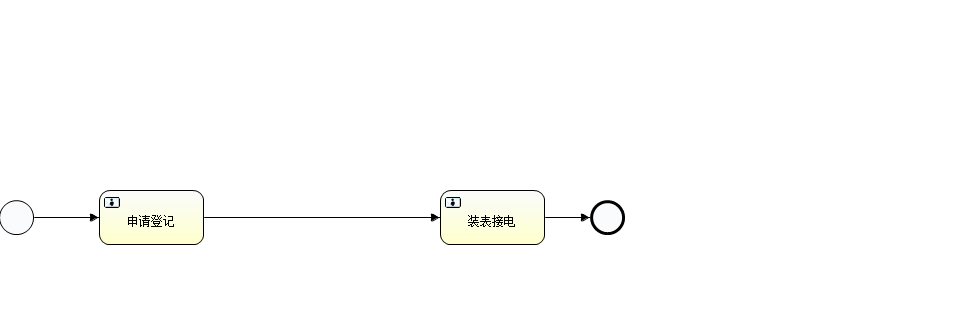
creSky/bem-server keeps this BPMN diagram as src/main/resources/processes/CancelAccount.png. Above is the earlier version. Its source is kept beside it as src/main/resources/processes/CancelAccount.bpmn. Ids are renumbered.
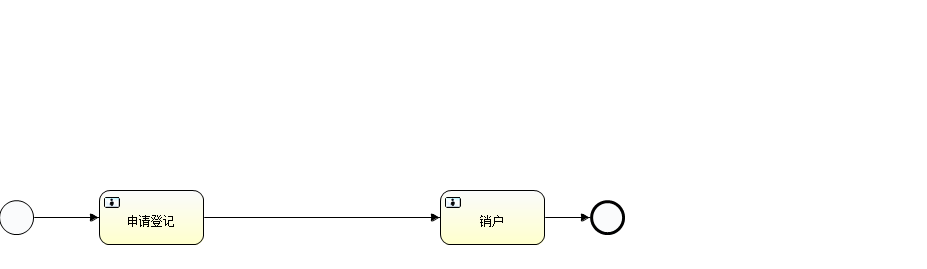
Above is the later version.

Diff of the diagram source:
```diff
@@ -1,59 +1,38 @@
-<definitions xmlns="http://www.omg.org/spec/BPMN/20100524/MODEL" xmlns:activiti="http://activiti.org/bpmn" xmlns:bpmndi="http://www.omg.org/spec/BPMN/20100524/DI" xmlns:omgdc="http://www.omg.org/spec/DD/20100524/DC" xmlns:omgdi="http://www.omg.org/spec/DD/20100524/DI" xmlns:tns="http://www.activiti.org/HighVoltageNew" xmlns:xsd="http://www.w3.org/2001/XMLSchema" xmlns:xsi="http://www.w3.org/2001/XMLSchema-instance" expressionLanguage="http://www.w3.org/1999/XPath" id="m1558688374648" name="" targetNamespace="http://www.activiti.org/HighVoltageNew" typeLanguage="http://www.w3.org/2001/XMLSchema">
-  <process id="CancelAccount" isClosed="false" isExecutable="true" name="销户" processType="None">
-    <startEvent id="startevent1" name="开始"/>
-    <userTask activiti:candidateGroups="1" activiti:exclusive="true" id="bem-f1-p1" name="申请登记"/>
-    <sequenceFlow id="flow2" sourceRef="startevent1" targetRef="bem-f1-p1"/>
-    <userTask activiti:candidateGroups="1" activiti:exclusive="true" id="bem-f1-p9" name="销户"/>
-    <endEvent id="endevent1" name="End"/>
-    <sequenceFlow id="flow5" sourceRef="bem-f1-p9" targetRef="endevent1"/>
-    <sequenceFlow id="flow6" sourceRef="bem-f1-p1" targetRef="bem-f1-p9"/>
+<definitions xmlns="http://www.omg.org/spec/BPMN/20100524/MODEL" xmlns:xsi="http://www.w3.org/2001/XMLSchema-instance" xmlns:activiti="http://activiti.org/bpmn" xmlns:bpmndi="http://www.omg.org/spec/BPMN/20100524/DI" xmlns:omgdc="http://www.omg.org/spec/DD/20100524/DC" xmlns:omgdi="http://www.omg.org/spec/DD/20100524/DI" xmlns:tns="http://www.activiti.org/HighVoltageNew" xmlns:xsd="http://www.w3.org/2001/XMLSchema" typeLanguage="http://www.w3.org/2001/XMLSchema" expressionLanguage="http://www.w3.org/1999/XPath" targetNamespace="http://www.activiti.org/HighVoltageNew">
+  <process id="CancelAccount" name="销户" isExecutable="true" isClosed="false" processType="None">
+    <startEvent id="startevent1" name="开始"></startEvent>
+    <userTask id="bem-f1-p1" name="申请登记" activiti:candidateGroups="10"></userTask>
+    <sequenceFlow id="flow2" sourceRef="startevent1" targetRef="bem-f1-p1"></sequenceFlow>
+    <userTask id="bem-f1-p22" name="销户" activiti:candidateGroups="10"></userTask>
+    <endEvent id="endevent1" name="End"></endEvent>
+    <sequenceFlow id="flow5" sourceRef="bem-f1-p22" targetRef="endevent1"></sequenceFlow>
+    <sequenceFlow id="flow6" sourceRef="bem-f1-p1" targetRef="bem-f1-p22"></sequenceFlow>
   </process>
-  <bpmndi:BPMNDiagram documentation="background=#FFFFFF;count=1;horizontalcount=1;orientation=0;width=842.4;height=1195.2;imageableWidth=832.4;imageableHeight=1185.2;imageableX=5.0;imageableY=5.0" id="Diagram-_1" name="New Diagram">
-    <bpmndi:BPMNPlane bpmnElement="CancelAccount">
-      <bpmndi:BPMNShape bpmnElement="startevent1" id="Shape-startevent1">
-        <omgdc:Bounds height="32.0" width="32.0" x="-1.0" y="200.0"/>
-        <bpmndi:BPMNLabel>
-          <omgdc:Bounds height="32.0" width="32.0" x="0.0" y="0.0"/>
-        </bpmndi:BPMNLabel>
+  <bpmndi:BPMNDiagram id="BPMNDiagram_CancelAccount">
+    <bpmndi:BPMNPlane bpmnElement="CancelAccount" id="BPMNPlane_CancelAccount">
+      <bpmndi:BPMNShape bpmnElement="startevent1" id="BPMNShape_startevent1">
+        <omgdc:Bounds height="35.0" width="35.0" x="-1.0" y="200.0"></omgdc:Bounds>
       </bpmndi:BPMNShape>
-      <bpmndi:BPMNShape bpmnElement="bem-f1-p1" id="Shape-bem-f1-p1">
-        <omgdc:Bounds height="55.0" width="105.0" x="99.0" y="190.0"/>
-        <bpmndi:BPMNLabel>
-          <omgdc:Bounds height="55.0" width="105.0" x="0.0" y="0.0"/>
-        </bpmndi:BPMNLabel>
+      <bpmndi:BPMNShape bpmnElement="bem-f1-p1" id="BPMNShape_bem-f1-p1">
+        <omgdc:Bounds height="55.0" width="105.0" x="99.0" y="190.0"></omgdc:Bounds>
       </bpmndi:BPMNShape>
-      <bpmndi:BPMNShape bpmnElement="bem-f1-p9" id="Shape-bem-f1-p9">
-        <omgdc:Bounds height="55.0" width="105.0" x="440.0" y="190.0"/>
-        <bpmndi:BPMNLabel>
-          <omgdc:Bounds height="55.0" width="105.0" x="0.0" y="0.0"/>
-        </bpmndi:BPMNLabel>
+      <bpmndi:BPMNShape bpmnElement="bem-f1-p22" id="BPMNShape_bem-f1-p22">
+        <omgdc:Bounds height="55.0" width="105.0" x="440.0" y="190.0"></omgdc:Bounds>
       </bpmndi:BPMNShape>
-      <bpmndi:BPMNShape bpmnElement="endevent1" id="Shape-endevent1">
-        <omgdc:Bounds height="32.0" width="32.0" x="590.0" y="200.0"/>
-        <bpmndi:BPMNLabel>
-          <omgdc:Bounds height="32.0" width="32.0" x="0.0" y="0.0"/>
-        </bpmndi:BPMNLabel>
+      <bpmndi:BPMNShape bpmnElement="endevent1" id="BPMNShape_endevent1">
+        <omgdc:Bounds height="35.0" width="35.0" x="590.0" y="200.0"></omgdc:Bounds>
       </bpmndi:BPMNShape>
-      <bpmndi:BPMNEdge bpmnElement="flow2" id="BPMNEdge_flow2" sourceElement="startevent1" targetElement="bem-f1-p1">
-        <omgdi:waypoint x="31.0" y="216.0"/>
-        <omgdi:waypoint x="99.0" y="217.5"/>
-        <bpmndi:BPMNLabel>
-          <omgdc:Bounds height="-1.0" width="-1.0" x="-1.0" y="-1.0"/>
-        </bpmndi:BPMNLabel>
+      <bpmndi:BPMNEdge bpmnElement="flow2" id="BPMNEdge_flow2">
+        <omgdi:waypoint x="34.0" y="217.0"></omgdi:waypoint>
+        <omgdi:waypoint x="99.0" y="217.0"></omgdi:waypoint>
       </bpmndi:BPMNEdge>
-      <bpmndi:BPMNEdge bpmnElement="flow5" id="BPMNEdge_flow5" sourceElement="bem-f1-p9" targetElement="endevent1">
-        <omgdi:waypoint x="545.0" y="217.5"/>
-        <omgdi:waypoint x="590.0" y="216.0"/>
-        <bpmndi:BPMNLabel>
-          <omgdc:Bounds height="-1.0" width="-1.0" x="-1.0" y="-1.0"/>
-        </bpmndi:BPMNLabel>
+      <bpmndi:BPMNEdge bpmnElement="flow5" id="BPMNEdge_flow5">
+        <omgdi:waypoint x="545.0" y="217.0"></omgdi:waypoint>
+        <omgdi:waypoint x="590.0" y="217.0"></omgdi:waypoint>
       </bpmndi:BPMNEdge>
-      <bpmndi:BPMNEdge bpmnElement="flow6" id="BPMNEdge_flow6" sourceElement="bem-f1-p1" targetElement="bem-f1-p9">
-        <omgdi:waypoint x="204.0" y="217.5"/>
-        <omgdi:waypoint x="440.0" y="217.5"/>
-        <bpmndi:BPMNLabel>
-          <omgdc:Bounds height="-1.0" width="-1.0" x="-1.0" y="-1.0"/>
-        </bpmndi:BPMNLabel>
+      <bpmndi:BPMNEdge bpmnElement="flow6" id="BPMNEdge_flow6">
+        <omgdi:waypoint x="204.0" y="217.0"></omgdi:waypoint>
+        <omgdi:waypoint x="440.0" y="217.0"></omgdi:waypoint>
       </bpmndi:BPMNEdge>
     </bpmndi:BPMNPlane>
   </bpmndi:BPMNDiagram>
```
